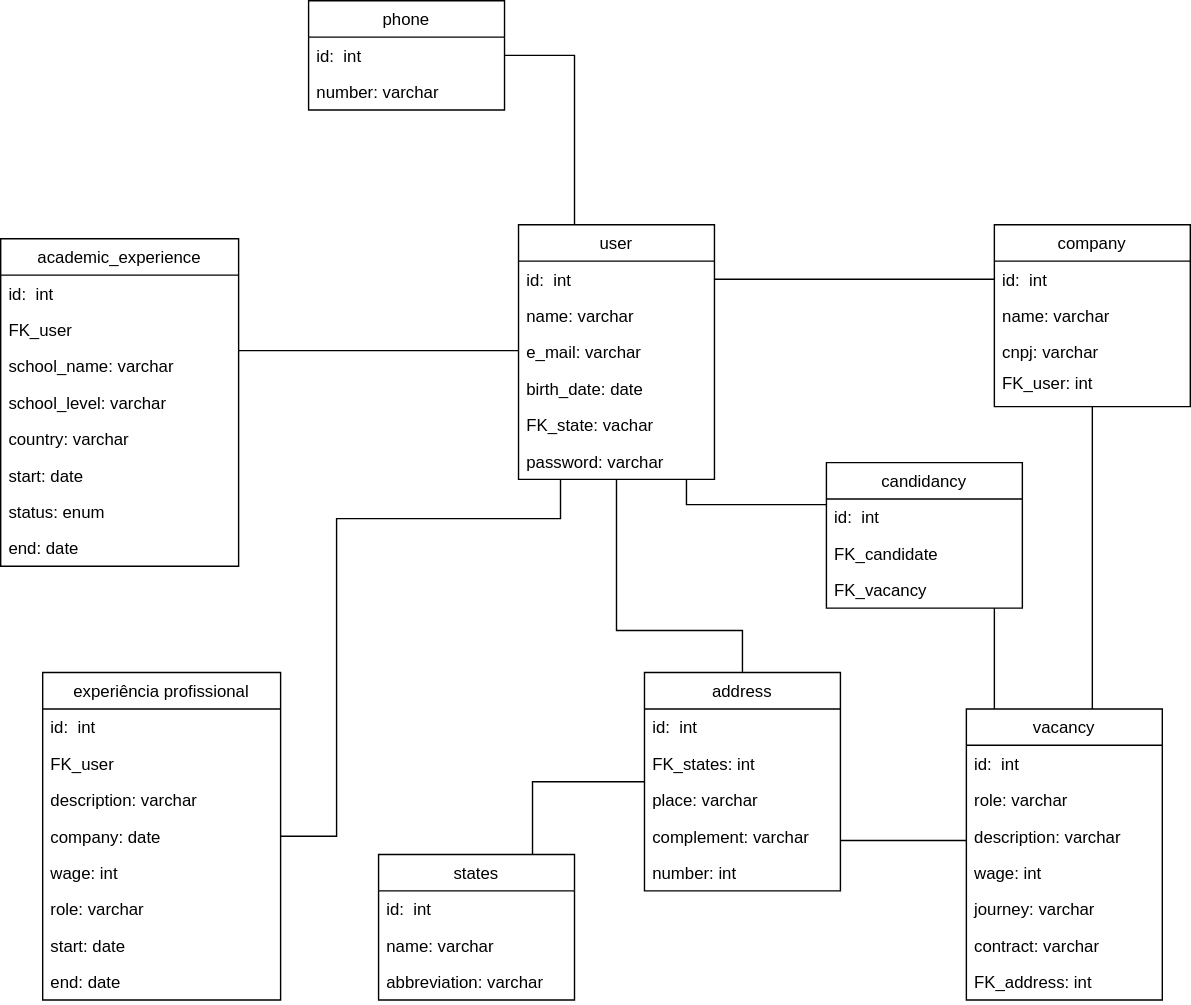
jonnathas/estudo keeps this draw.io diagram as vagas/diagramas/entidades.svg. Above is the earlier version. Source tidied: cells renumbered, new cells last; positions are measured from the earlier drawing's top-left corner, leaving out a move shared by most shapes.
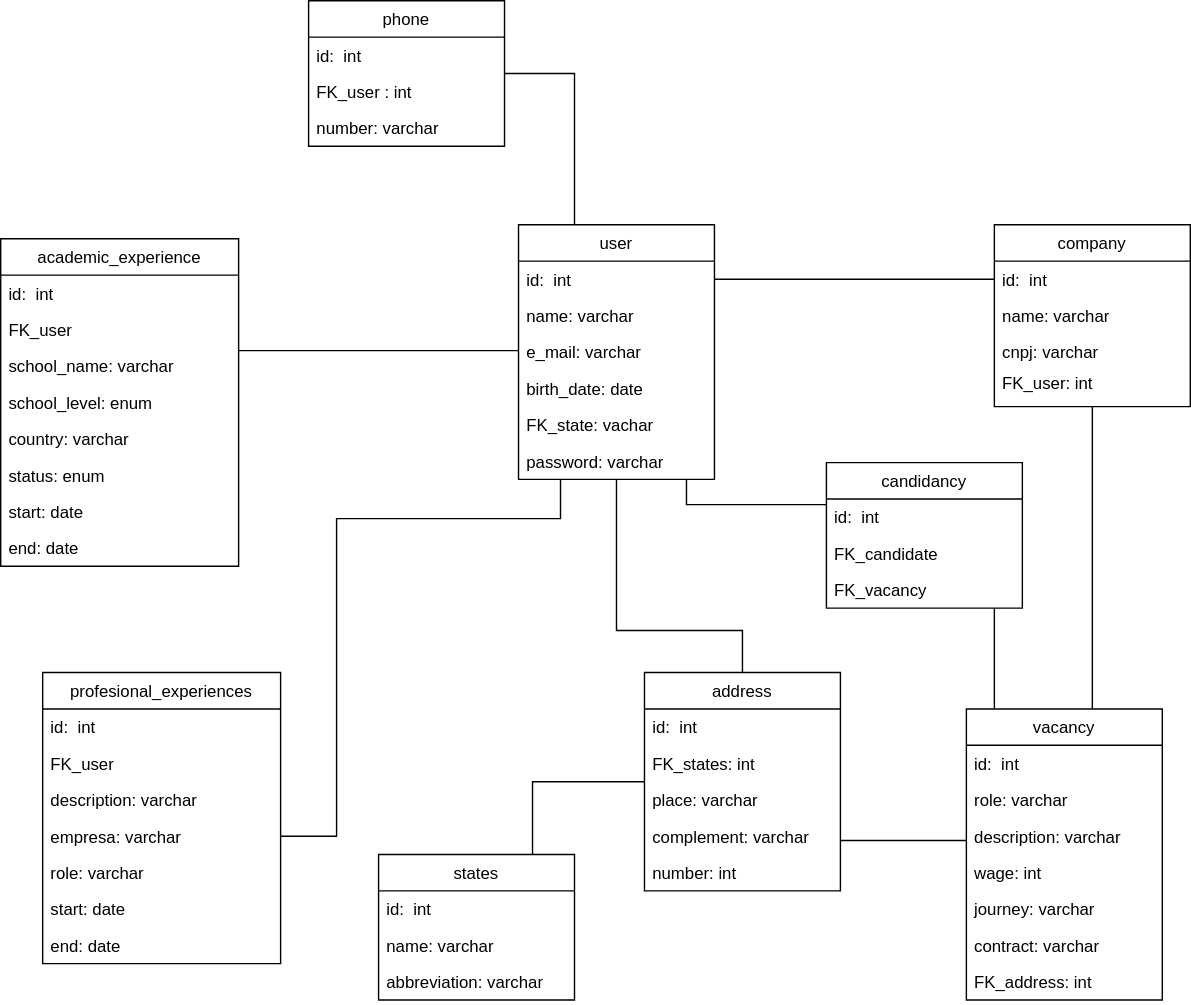
After the change.

Commit message:
Corrigindo erros

Change to the diagram source:
```diff
@@ -142,8 +142,8 @@
     <mxCell id="38" value="FK_vacancy" style="text;strokeColor=none;fillColor=none;align=left;verticalAlign=top;spacingLeft=4;spacingRight=4;overflow=hidden;" parent="35" vertex="1">
       <mxGeometry y="78" width="140" height="26" as="geometry" />
     </mxCell>
-    <mxCell id="39" value="experiência profissional" style="swimlane;fontStyle=0;horizontal=1;startSize=26;fillColor=none;" parent="1" vertex="1">
-      <mxGeometry x="30" y="480" width="170" height="234" as="geometry" />
+    <mxCell id="39" value="profesional_experiences" style="swimlane;fontStyle=0;horizontal=1;startSize=26;fillColor=none;" parent="1" vertex="1">
+      <mxGeometry x="30" y="480" width="170" height="208" as="geometry" />
     </mxCell>
     <mxCell id="40" value="id:  int" style="text;strokeColor=none;fillColor=none;align=left;verticalAlign=top;spacingLeft=4;spacingRight=4;overflow=hidden;" parent="39" vertex="1">
       <mxGeometry y="26" width="170" height="26" as="geometry" />
@@ -154,20 +154,17 @@
     <mxCell id="42" value="description: varchar" style="text;strokeColor=none;fillColor=none;align=left;verticalAlign=top;spacingLeft=4;spacingRight=4;overflow=hidden;" parent="39" vertex="1">
       <mxGeometry y="78" width="170" height="26" as="geometry" />
     </mxCell>
-    <mxCell id="43" value="company: date" style="text;strokeColor=none;fillColor=none;align=left;verticalAlign=top;spacingLeft=4;spacingRight=4;overflow=hidden;" parent="39" vertex="1">
+    <mxCell id="43" value="empresa: varchar" style="text;strokeColor=none;fillColor=none;align=left;verticalAlign=top;spacingLeft=4;spacingRight=4;overflow=hidden;" parent="39" vertex="1">
       <mxGeometry y="104" width="170" height="26" as="geometry" />
     </mxCell>
-    <mxCell id="44" value="wage: int" style="text;strokeColor=none;fillColor=none;align=left;verticalAlign=top;spacingLeft=4;spacingRight=4;overflow=hidden;" parent="39" vertex="1">
-      <mxGeometry y="130" width="170" height="26" as="geometry" />
-    </mxCell>
     <mxCell id="45" value="role: varchar" style="text;strokeColor=none;fillColor=none;align=left;verticalAlign=top;spacingLeft=4;spacingRight=4;overflow=hidden;" parent="39" vertex="1">
-      <mxGeometry y="156" width="170" height="26" as="geometry" />
+      <mxGeometry y="130" width="170" height="26" as="geometry" />
     </mxCell>
     <mxCell id="46" value="start: date" style="text;strokeColor=none;fillColor=none;align=left;verticalAlign=top;spacingLeft=4;spacingRight=4;overflow=hidden;" parent="39" vertex="1">
-      <mxGeometry y="182" width="170" height="26" as="geometry" />
+      <mxGeometry y="156" width="170" height="26" as="geometry" />
     </mxCell>
     <mxCell id="47" value="end: date" style="text;strokeColor=none;fillColor=none;align=left;verticalAlign=top;spacingLeft=4;spacingRight=4;overflow=hidden;" parent="39" vertex="1">
-      <mxGeometry y="208" width="170" height="26" as="geometry" />
+      <mxGeometry y="182" width="170" height="26" as="geometry" />
     </mxCell>
     <mxCell id="48" style="edgeStyle=orthogonalEdgeStyle;rounded=0;jettySize=auto;html=1;endArrow=none;endFill=0;" parent="1" edge="1" source="39" target="4">
       <mxGeometry relative="1" as="geometry">
@@ -190,18 +187,18 @@
     <mxCell id="52" value="school_name: varchar" style="text;strokeColor=none;fillColor=none;align=left;verticalAlign=top;spacingLeft=4;spacingRight=4;overflow=hidden;" parent="49" vertex="1">
       <mxGeometry y="78" width="170" height="26" as="geometry" />
     </mxCell>
-    <mxCell id="53" value="school_level: varchar" style="text;strokeColor=none;fillColor=none;align=left;verticalAlign=top;spacingLeft=4;spacingRight=4;overflow=hidden;" parent="49" vertex="1">
+    <mxCell id="53" value="school_level: enum" style="text;strokeColor=none;fillColor=none;align=left;verticalAlign=top;spacingLeft=4;spacingRight=4;overflow=hidden;" parent="49" vertex="1">
       <mxGeometry y="104" width="170" height="26" as="geometry" />
     </mxCell>
     <mxCell id="54" value="country: varchar" style="text;strokeColor=none;fillColor=none;align=left;verticalAlign=top;spacingLeft=4;spacingRight=4;overflow=hidden;" parent="49" vertex="1">
       <mxGeometry y="130" width="170" height="26" as="geometry" />
     </mxCell>
+    <mxCell id="56" value="status: enum" style="text;strokeColor=none;fillColor=none;align=left;verticalAlign=top;spacingLeft=4;spacingRight=4;overflow=hidden;" parent="49" vertex="1">
+      <mxGeometry y="156" width="170" height="26" as="geometry" />
+    </mxCell>
     <mxCell id="55" value="start: date" style="text;strokeColor=none;fillColor=none;align=left;verticalAlign=top;spacingLeft=4;spacingRight=4;overflow=hidden;" parent="49" vertex="1">
-      <mxGeometry y="156" width="170" height="26" as="geometry" />
+      <mxGeometry y="182" width="170" height="26" as="geometry" />
     </mxCell>
-    <mxCell id="56" value="status: enum" style="text;strokeColor=none;fillColor=none;align=left;verticalAlign=top;spacingLeft=4;spacingRight=4;overflow=hidden;" parent="49" vertex="1">
-      <mxGeometry y="182" width="170" height="26" as="geometry" />
-    </mxCell>
     <mxCell id="57" value="end: date" style="text;strokeColor=none;fillColor=none;align=left;verticalAlign=top;spacingLeft=4;spacingRight=4;overflow=hidden;" parent="49" vertex="1">
       <mxGeometry y="208" width="170" height="26" as="geometry" />
     </mxCell>
@@ -233,13 +230,16 @@
       </mxGeometry>
     </mxCell>
     <mxCell id="64" value="phone" style="swimlane;fontStyle=0;horizontal=1;startSize=26;fillColor=none;" parent="1" vertex="1">
-      <mxGeometry x="220" width="140" height="78" as="geometry" />
+      <mxGeometry x="220" width="140" height="104" as="geometry" />
     </mxCell>
     <mxCell id="65" value="id:  int" style="text;strokeColor=none;fillColor=none;align=left;verticalAlign=top;spacingLeft=4;spacingRight=4;overflow=hidden;" parent="64" vertex="1">
       <mxGeometry y="26" width="140" height="26" as="geometry" />
     </mxCell>
+    <mxCell id="67" value="FK_user : int" style="text;strokeColor=none;fillColor=none;align=left;verticalAlign=top;spacingLeft=4;spacingRight=4;overflow=hidden;" parent="64" vertex="1">
+      <mxGeometry y="52" width="140" height="26" as="geometry" />
+    </mxCell>
     <mxCell id="66" value="number: varchar" style="text;strokeColor=none;fillColor=none;align=left;verticalAlign=top;spacingLeft=4;spacingRight=4;overflow=hidden;" parent="64" vertex="1">
-      <mxGeometry y="52" width="140" height="26" as="geometry" />
+      <mxGeometry y="78" width="140" height="26" as="geometry" />
     </mxCell>
   </root>
 </mxGraphModel>
```
